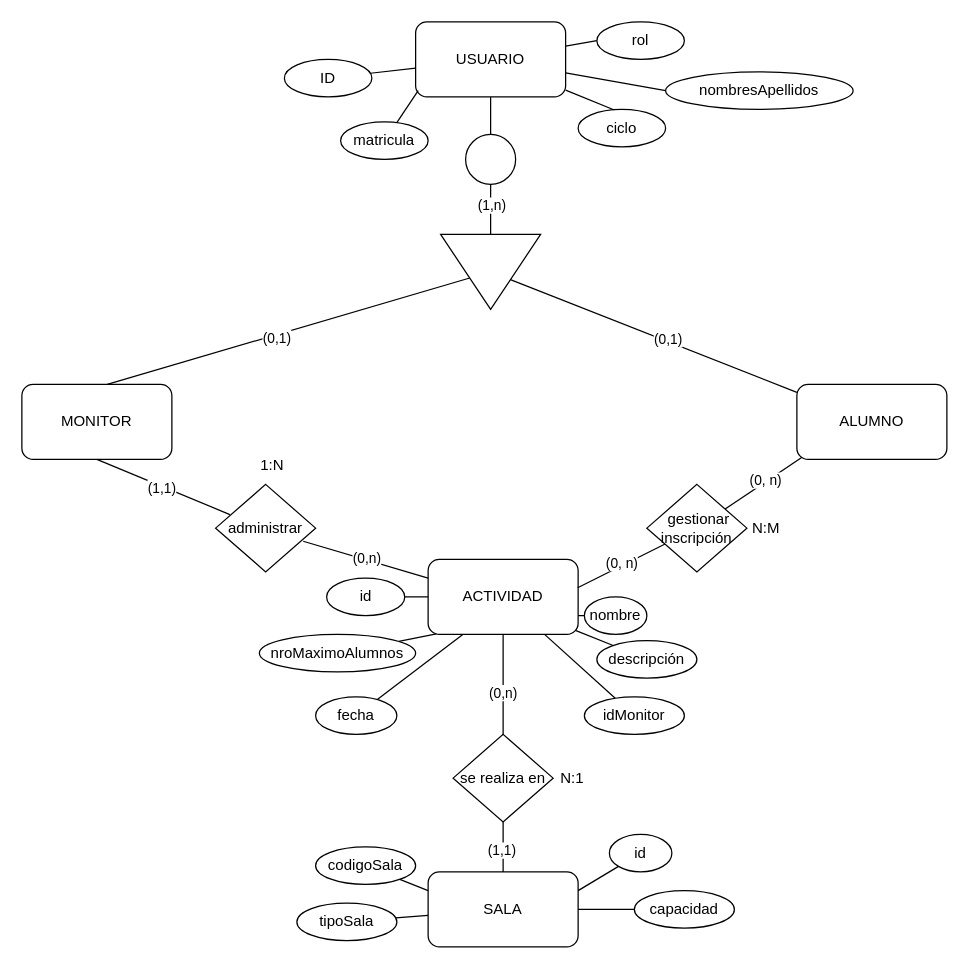
Earlier version of the draw.io diagram page "Diagrama E/R ceviche madrileño" (1 of 2) of Diagrama E_R Proyecto Integrador.drawio (EduaroUQ/proyecto_integrador_cevichemadrileno). Source tidied: cells renumbered, new cells numbered last; positions are measured from the earlier drawing's top-left corner, leaving out a move shared by most shapes. Both pictures are drawn from the tidied source at 125%, with x=0, y=0 at pixel (21, 21).
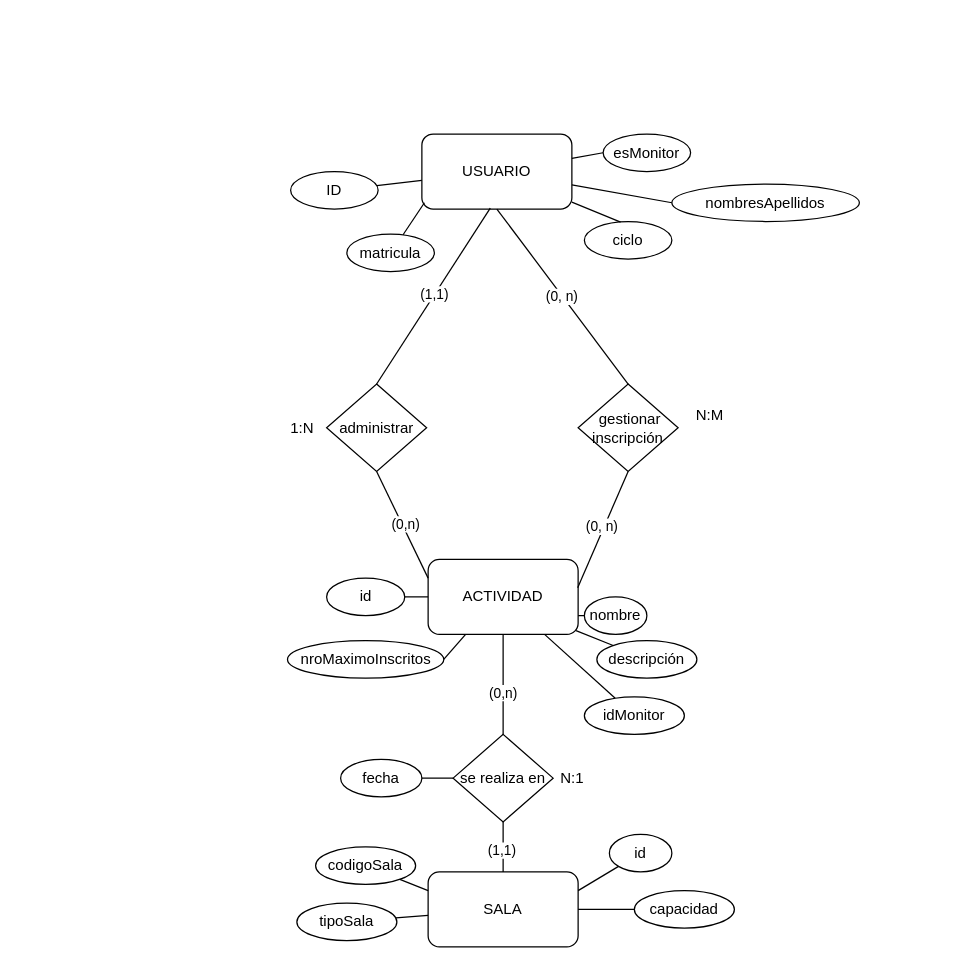
After the change.

Commit message:
diagrama ER actualizado

The change refers to these unchanged cells:
```xml
<mxCell id="8" value="ACTIVIDAD" style="rounded=1;whiteSpace=wrap;html=1;" parent="1" vertex="1">
  <mxGeometry x="325" y="430" width="120" height="60" as="geometry" />
</mxCell>
<mxCell id="40" value="se realiza en" style="rhombus;whiteSpace=wrap;html=1;" parent="1" vertex="1">
  <mxGeometry x="345" y="570" width="80" height="70" as="geometry" />
</mxCell>
```

What changed in the source:
```diff
@@
-    <mxCell id="2" style="edgeStyle=orthogonalEdgeStyle;rounded=0;jettySize=auto;html=1;entryX=0.5;entryY=0;entryDx=0;entryDy=0;endArrow=none;startFill=0;" parent="1" edge="1" source="3" target="25">
-      <mxGeometry relative="1" as="geometry" />
-    </mxCell>
     <mxCell id="3" value="USUARIO" style="rounded=1;whiteSpace=wrap;html=1;" parent="1" vertex="1">
-      <mxGeometry x="315" width="120" height="60" as="geometry" />
+      <mxGeometry x="320" y="89.7" width="120" height="60" as="geometry" />
     </mxCell>
@@
-    <mxCell id="9" style="rounded=0;jettySize=auto;html=1;exitX=0.876;exitY=0.65;exitDx=0;exitDy=0;entryX=0;entryY=0.25;entryDx=0;entryDy=0;endArrow=none;startFill=0;exitPerimeter=0;" parent="1" edge="1" source="39" target="8">
+    <mxCell id="9" style="rounded=0;jettySize=auto;html=1;exitX=0.5;exitY=1;exitDx=0;exitDy=0;entryX=0;entryY=0.25;entryDx=0;entryDy=0;endArrow=none;startFill=0;" parent="1" edge="1" source="39" target="8">
       <mxGeometry relative="1" as="geometry" />
     </mxCell>
@@
     <mxCell id="11" value="&amp;nbsp;gestionar inscripción" style="rhombus;whiteSpace=wrap;html=1;" parent="1" vertex="1">
-      <mxGeometry x="500" y="370" width="80" height="70" as="geometry" />
+      <mxGeometry x="445" y="289.7" width="80" height="70" as="geometry" />
     </mxCell>
-    <mxCell id="12" style="rounded=0;jettySize=auto;html=1;exitX=0.064;exitY=0.933;exitDx=0;exitDy=0;exitPerimeter=0;endArrow=none;startFill=0;" parent="1" edge="1" source="14" target="11">
+    <mxCell id="12" style="rounded=0;jettySize=auto;html=1;exitX=0.5;exitY=1;exitDx=0;exitDy=0;endArrow=none;startFill=0;entryX=0.5;entryY=0;entryDx=0;entryDy=0;" parent="1" edge="1" source="3" target="11">
       <mxGeometry relative="1" as="geometry" />
     </mxCell>
@@
-    <mxCell id="14" value="ALUMNO" style="rounded=1;whiteSpace=wrap;html=1;" parent="1" vertex="1">
-      <mxGeometry x="620" y="290" width="120" height="60" as="geometry" />
-    </mxCell>
-    <mxCell id="15" style="rounded=0;jettySize=auto;html=1;endArrow=none;startFill=0;" parent="1" edge="1" source="17" target="14">
-      <mxGeometry relative="1" as="geometry" />
-    </mxCell>
-    <mxCell id="16" value="(0,1)" style="edgeLabel;html=1;align=center;verticalAlign=middle;" parent="15" vertex="1">
-      <mxGeometry x="0.09" y="2" relative="1" as="geometry" />
-    </mxCell>
-    <mxCell id="17" style="triangle;whiteSpace=wrap;html=1;rotation=90;" parent="1" vertex="1">
-      <mxGeometry x="345" y="160" width="60" height="80" as="geometry" />
-    </mxCell>
-    <mxCell id="18" value="MONITOR" style="rounded=1;whiteSpace=wrap;html=1;" parent="1" vertex="1">
-      <mxGeometry y="290" width="120" height="60" as="geometry" />
-    </mxCell>
-    <mxCell id="19" style="rounded=0;jettySize=auto;html=1;entryX=0.997;entryY=0.378;entryDx=0;entryDy=0;entryPerimeter=0;endArrow=none;startFill=0;" parent="1" edge="1" source="11" target="8">
+    <mxCell id="19" style="rounded=0;jettySize=auto;html=1;entryX=0.997;entryY=0.378;entryDx=0;entryDy=0;entryPerimeter=0;endArrow=none;startFill=0;exitX=0.5;exitY=1;exitDx=0;exitDy=0;" parent="1" edge="1" source="11" target="8">
       <mxGeometry relative="1" as="geometry" />
     </mxCell>
@@
-    <mxCell id="21" style="rounded=0;jettySize=auto;html=1;entryX=0.569;entryY=0;entryDx=0;entryDy=0;entryPerimeter=0;endArrow=none;startFill=0;" parent="1" edge="1" source="17" target="18">
-      <mxGeometry relative="1" as="geometry" />
-    </mxCell>
-    <mxCell id="22" value="(0,1)" style="edgeLabel;html=1;align=center;verticalAlign=middle;" parent="21" vertex="1">
-      <mxGeometry x="0.07" y="2" relative="1" as="geometry" />
-    </mxCell>
-    <mxCell id="23" style="edgeStyle=orthogonalEdgeStyle;rounded=0;jettySize=auto;html=1;endArrow=none;startFill=0;" parent="1" edge="1" source="25" target="17">
-      <mxGeometry relative="1" as="geometry" />
-    </mxCell>
-    <mxCell id="24" value="(1,n)" style="edgeLabel;html=1;align=center;verticalAlign=middle;" parent="23" vertex="1">
-      <mxGeometry x="-0.21" relative="1" as="geometry" />
-    </mxCell>
-    <mxCell id="25" style="ellipse;whiteSpace=wrap;html=1;" parent="1" vertex="1">
-      <mxGeometry x="355" y="90" width="40" height="40" as="geometry" />
-    </mxCell>
     <mxCell id="26" value="ID" style="ellipse;whiteSpace=wrap;html=1;" parent="1" vertex="1">
-      <mxGeometry x="210" y="30" width="70" height="30" as="geometry" />
+      <mxGeometry x="215" y="119.7" width="70" height="30" as="geometry" />
     </mxCell>
@@
     <mxCell id="31" value="matricula" style="ellipse;whiteSpace=wrap;html=1;" parent="1" vertex="1">
-      <mxGeometry x="255" y="80" width="70" height="30" as="geometry" />
+      <mxGeometry x="260" y="169.7" width="70" height="30" as="geometry" />
     </mxCell>
@@
     <mxCell id="33" value="nombresApellidos" style="ellipse;whiteSpace=wrap;html=1;" parent="1" vertex="1">
-      <mxGeometry x="515" y="40" width="150" height="30" as="geometry" />
+      <mxGeometry x="520" y="129.7" width="150" height="30" as="geometry" />
     </mxCell>
@@
     <mxCell id="35" value="ciclo" style="ellipse;whiteSpace=wrap;html=1;" parent="1" vertex="1">
-      <mxGeometry x="445" y="70" width="70" height="30" as="geometry" />
+      <mxGeometry x="450" y="159.7" width="70" height="30" as="geometry" />
     </mxCell>
@@
-    <mxCell id="38" value="rol" style="ellipse;whiteSpace=wrap;html=1;" parent="1" vertex="1">
-      <mxGeometry x="460" width="70" height="30" as="geometry" />
+    <mxCell id="38" value="esMonitor" style="ellipse;whiteSpace=wrap;html=1;" parent="1" vertex="1">
+      <mxGeometry x="465" y="89.7" width="70" height="30" as="geometry" />
     </mxCell>
     <mxCell id="39" value="administrar" style="rhombus;whiteSpace=wrap;html=1;" parent="1" vertex="1">
-      <mxGeometry x="155" y="370" width="80" height="70" as="geometry" />
+      <mxGeometry x="243.8" y="289.7" width="80" height="70" as="geometry" />
     </mxCell>
@@
-    <mxCell id="47" value="nroMaximoAlumnos" style="ellipse;whiteSpace=wrap;html=1;" parent="1" vertex="1">
-      <mxGeometry x="190" y="490" width="125" height="30" as="geometry" />
-    </mxCell>
-    <mxCell id="48" style="endArrow=none;html=1;rounded=0;exitX=0.055;exitY=0.994;exitDx=0;exitDy=0;exitPerimeter=0;" parent="1" edge="1" source="8" target="47">
+    <mxCell id="48" style="endArrow=none;html=1;rounded=0;entryX=1;entryY=0.5;entryDx=0;entryDy=0;exitX=0.25;exitY=1;exitDx=0;exitDy=0;" parent="1" edge="1" source="8" target="63">
       <mxGeometry relative="1" as="geometry" />
     </mxCell>
     <mxCell id="49" value="fecha" style="ellipse;whiteSpace=wrap;html=1;" parent="1" vertex="1">
-      <mxGeometry x="235" y="540" width="65" height="30" as="geometry" />
+      <mxGeometry x="255" y="590" width="65" height="30" as="geometry" />
     </mxCell>
-    <mxCell id="50" style="endArrow=none;html=1;rounded=0;exitX=0.229;exitY=1.006;exitDx=0;exitDy=0;exitPerimeter=0;" parent="1" edge="1" source="8" target="49">
+    <mxCell id="50" style="endArrow=none;html=1;rounded=0;" parent="1" edge="1" source="40" target="49">
       <mxGeometry relative="1" as="geometry" />
     </mxCell>
@@
     <mxCell id="59" value="N:M" style="text;html=1;align=center;verticalAlign=middle;strokeColor=none;fillColor=none;" parent="1" vertex="1">
-      <mxGeometry x="570" y="390" width="50" height="30" as="geometry" />
+      <mxGeometry x="525" y="299.7" width="50" height="30" as="geometry" />
     </mxCell>
-    <mxCell id="60" style="rounded=0;jettySize=auto;html=1;exitX=0.5;exitY=1;exitDx=0;exitDy=0;entryX=0.143;entryY=0.345;entryDx=0;entryDy=0;endArrow=none;startFill=0;entryPerimeter=0;" parent="1" edge="1" source="18" target="39">
+    <mxCell id="60" style="rounded=0;jettySize=auto;html=1;exitX=0.456;exitY=0.989;exitDx=0;exitDy=0;entryX=0.5;entryY=0;entryDx=0;entryDy=0;endArrow=none;startFill=0;exitPerimeter=0;" parent="1" edge="1" source="3" target="39">
       <mxGeometry relative="1" as="geometry" />
     </mxCell>
@@
     <mxCell id="62" value="1:N" style="text;html=1;align=center;verticalAlign=middle;strokeColor=none;fillColor=none;" parent="1" vertex="1">
-      <mxGeometry x="180" y="340" width="40" height="30" as="geometry" />
+      <mxGeometry x="203.8" y="309.7" width="40" height="30" as="geometry" />
     </mxCell>
+    <mxCell id="63" value="nroMaximoInscritos" style="ellipse;whiteSpace=wrap;html=1;" parent="1" vertex="1">
+      <mxGeometry x="212.5" y="495" width="125" height="30" as="geometry" />
+    </mxCell>
```
